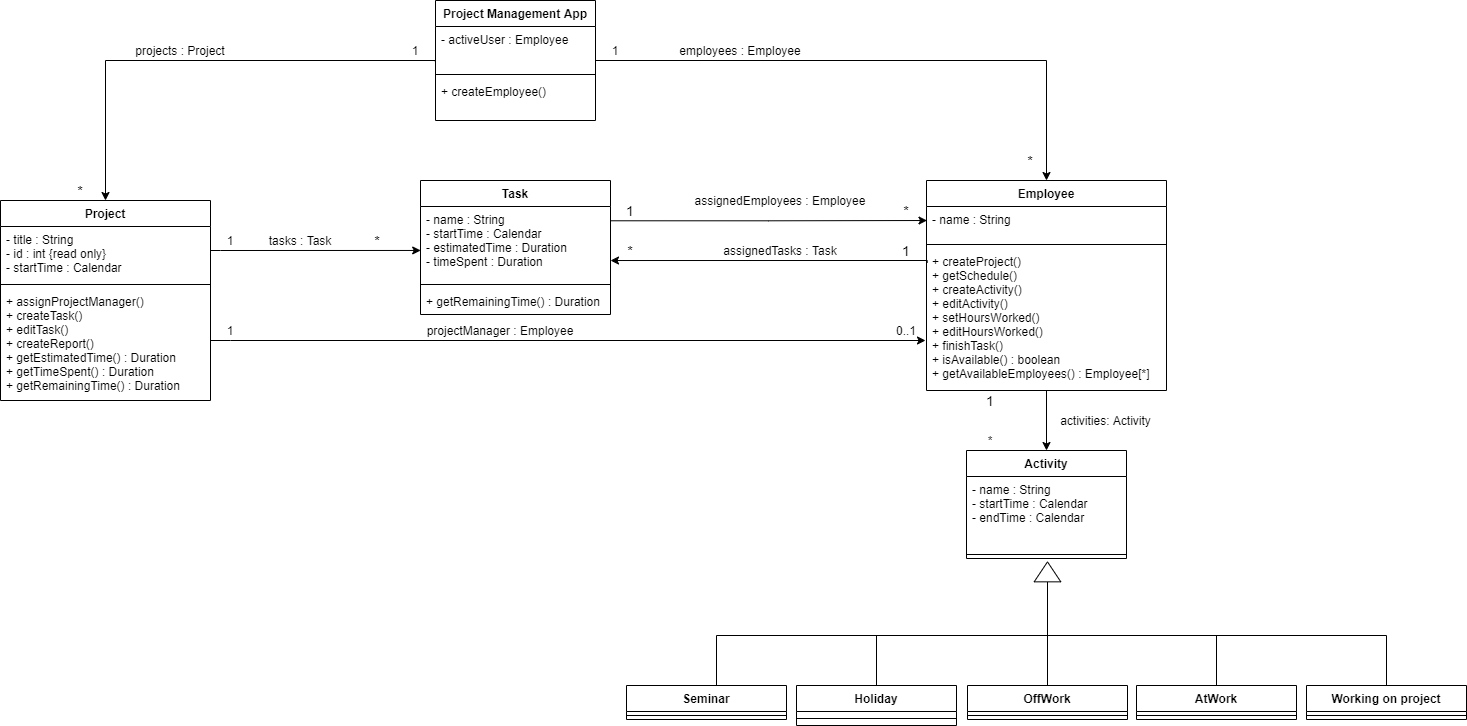
The draw.io diagram Documentation, figures, etc/Class diagram.png in s204475/SoftwareEngineering02161, before a commit. Source tidied: cells renumbered, new cells last; positions are measured from the earlier drawing's top-left corner, leaving out a move shared by most shapes.
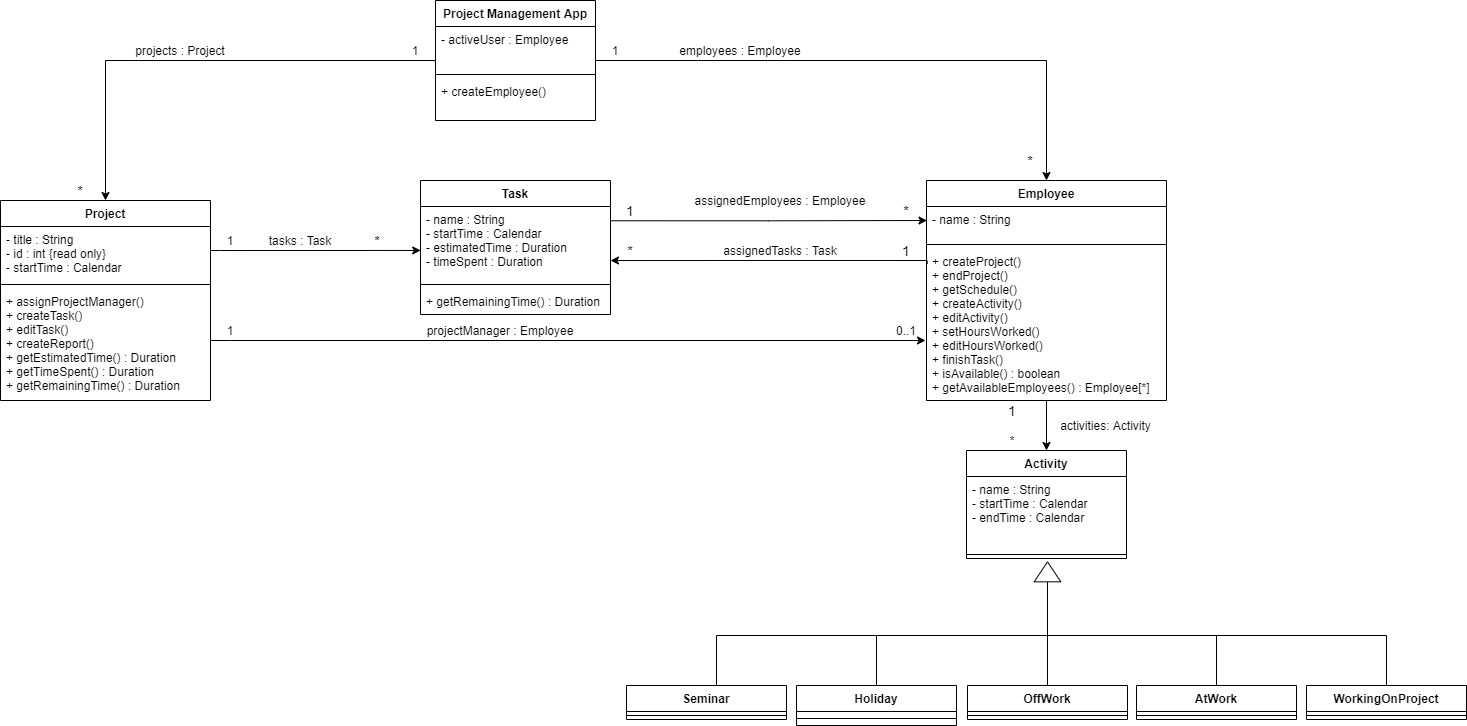
Later version of the same file.

Change to the diagram source:
```diff
@@ -62,7 +62,7 @@
     <mxCell id="21" style="line;strokeWidth=1;fillColor=none;align=left;verticalAlign=middle;spacingTop=-1;spacingLeft=3;spacingRight=3;labelPosition=right;" parent="20" vertex="1">
       <mxGeometry y="26" width="160" height="14" as="geometry" />
     </mxCell>
-    <mxCell id="22" value="Working on project" style="swimlane;fontStyle=1;align=center;verticalAlign=top;horizontal=1;startSize=26;" parent="1" vertex="1">
+    <mxCell id="22" value="WorkingOnProject" style="swimlane;fontStyle=1;align=center;verticalAlign=top;horizontal=1;startSize=26;" parent="1" vertex="1">
       <mxGeometry x="1306" y="685" width="160" height="34" as="geometry" />
     </mxCell>
     <mxCell id="23" style="line;strokeWidth=1;fillColor=none;align=left;verticalAlign=middle;spacingTop=-1;spacingLeft=3;spacingRight=3;labelPosition=right;" parent="22" vertex="1">
@@ -112,7 +112,7 @@
       </mxGeometry>
     </mxCell>
     <mxCell id="33" value="Employee" style="swimlane;fontStyle=1;align=center;verticalAlign=top;horizontal=1;startSize=26;" parent="1" vertex="1">
-      <mxGeometry x="926" y="180" width="240" height="210" as="geometry" />
+      <mxGeometry x="926" y="180" width="240" height="220" as="geometry" />
     </mxCell>
     <mxCell id="34" value="- name : String&#10;" style="text;strokeColor=none;fillColor=none;align=left;verticalAlign=top;spacingLeft=4;spacingRight=4;overflow=hidden;points=[[0,0.5],[1,0.5]];portConstraint=eastwest;" parent="33" vertex="1">
       <mxGeometry y="26" width="240" height="34" as="geometry" />
@@ -120,8 +120,8 @@
     <mxCell id="35" style="line;strokeWidth=1;fillColor=none;align=left;verticalAlign=middle;spacingTop=-1;spacingLeft=3;spacingRight=3;labelPosition=right;" parent="33" vertex="1">
       <mxGeometry y="60" width="240" height="8" as="geometry" />
     </mxCell>
-    <mxCell id="36" value="+ createProject()&#10;+ getSchedule()&#10;+ createActivity()&#10;+ editActivity()&#10;+ setHoursWorked()&#10;+ editHoursWorked()&#10;+ finishTask()&#10;+ isAvailable() : boolean&#10;+ getAvailableEmployees() : Employee[*]" style="text;strokeColor=none;fillColor=none;align=left;verticalAlign=top;spacingLeft=4;spacingRight=4;overflow=hidden;points=[[0,0.5],[1,0.5]];portConstraint=eastwest;" parent="33" vertex="1">
-      <mxGeometry y="68" width="240" height="142" as="geometry" />
+    <mxCell id="36" value="+ createProject()&#10;+ endProject()&#10;+ getSchedule()&#10;+ createActivity()&#10;+ editActivity()&#10;+ setHoursWorked()&#10;+ editHoursWorked()&#10;+ finishTask()&#10;+ isAvailable() : boolean&#10;+ getAvailableEmployees() : Employee[*]" style="text;strokeColor=none;fillColor=none;align=left;verticalAlign=top;spacingLeft=4;spacingRight=4;overflow=hidden;points=[[0,0.5],[1,0.5]];portConstraint=eastwest;" parent="33" vertex="1">
+      <mxGeometry y="68" width="240" height="152" as="geometry" />
     </mxCell>
     <mxCell id="37" style="triangle;whiteSpace=wrap;html=1;rotation=-90;" parent="1" vertex="1">
       <mxGeometry x="1037" y="558" width="20" height="26.7" as="geometry" />
@@ -159,7 +159,7 @@
       <mxGeometry x="1010" y="150" width="40" height="20" as="geometry" />
     </mxCell>
     <mxCell id="47" value="*" style="text;html=1;strokeColor=none;fillColor=none;align=center;verticalAlign=middle;whiteSpace=wrap;rounded=0;" parent="1" vertex="1">
-      <mxGeometry x="970" y="430" width="40" height="20" as="geometry" />
+      <mxGeometry x="992" y="430" width="40" height="20" as="geometry" />
     </mxCell>
     <mxCell id="48" style="edgeStyle=orthogonalEdgeStyle;rounded=0;jettySize=auto;html=1;exitX=0;exitY=1;exitDx=0;exitDy=0;" parent="1" edge="1" source="50">
       <mxGeometry relative="1" as="geometry">
@@ -209,10 +209,10 @@
       <mxGeometry x="680" y="240" width="200" height="20" as="geometry" />
     </mxCell>
     <mxCell id="60" value="&lt;font style=&quot;font-size: 14px&quot;&gt;1&lt;/font&gt;" style="text;html=1;strokeColor=none;fillColor=none;align=center;verticalAlign=middle;whiteSpace=wrap;rounded=0;" parent="1" vertex="1">
-      <mxGeometry x="970" y="390" width="40" height="20" as="geometry" />
+      <mxGeometry x="992" y="400" width="40" height="20" as="geometry" />
     </mxCell>
     <mxCell id="61" value="activities: Activity" style="text;html=1;align=center;verticalAlign=middle;" parent="1" vertex="1">
-      <mxGeometry x="1050" y="410" width="110" height="20" as="geometry" />
+      <mxGeometry x="1050" y="415" width="110" height="20" as="geometry" />
     </mxCell>
     <mxCell id="62" value="Task" style="swimlane;fontStyle=1;align=center;verticalAlign=top;horizontal=1;startSize=26;" parent="1" vertex="1">
       <mxGeometry x="420" y="180" width="190" height="134" as="geometry" />
```
